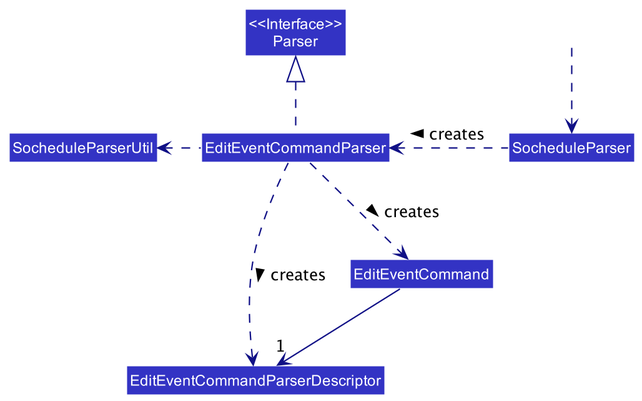
The PlantUML diagram docs/images/EditEventCommandClassDiagram.png in nus-cs2103-AY2021S2/tp, before a commit.
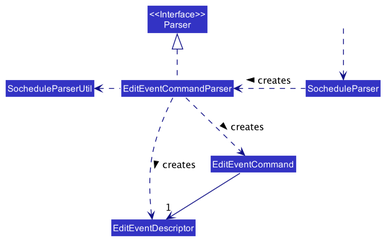
After the commit.

The edit, as a diff of the source:
```diff
@@ -8,7 +8,7 @@
 Class "<<Interface>>\nParser"
 Class SocheduleParser
 Class EditEventCommandParser
-Class EditEventCommandParserDescriptor
+Class EditEventDescriptor
 Class SocheduleParserUtil
 Class EditEventCommand
 
@@ -19,9 +19,9 @@
 
 EditEventCommandParser ..> EditEventCommand : creates >
 EditEventCommandParser .left.> SocheduleParserUtil
-EditEventCommandParser ..> EditEventCommandParserDescriptor : creates >
+EditEventCommandParser ..> EditEventDescriptor : creates >
 EditEventCommandParser .up.|> "<<Interface>>\nParser"
 
-EditEventCommand -->"1" EditEventCommandParserDescriptor
+EditEventCommand -->"1" EditEventDescriptor
 
 @enduml
```
